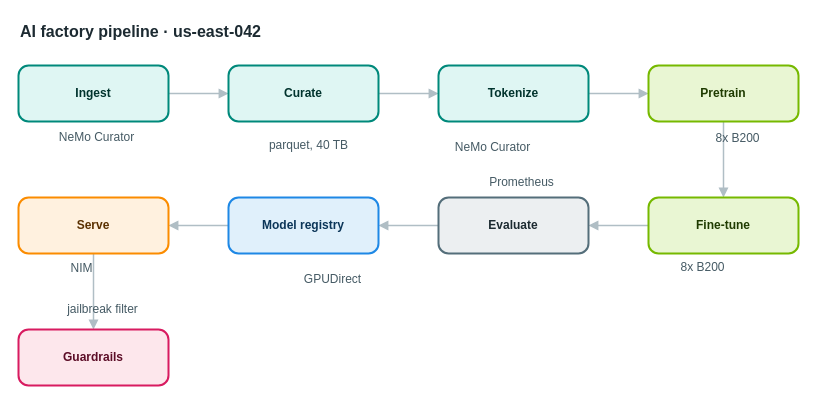
Earlier version of the draw.io diagram apps/web/public/samples/library/042-ai-factory-pipeline.drawio (AryanG01/open-apprentice). Source tidied: cells renumbered, new cells numbered last; positions are measured from the earlier drawing's top-left corner, leaving out a move shared by most shapes. Both pictures are drawn from the tidied source at 100%, with x=0, y=0 at pixel (18, 17).
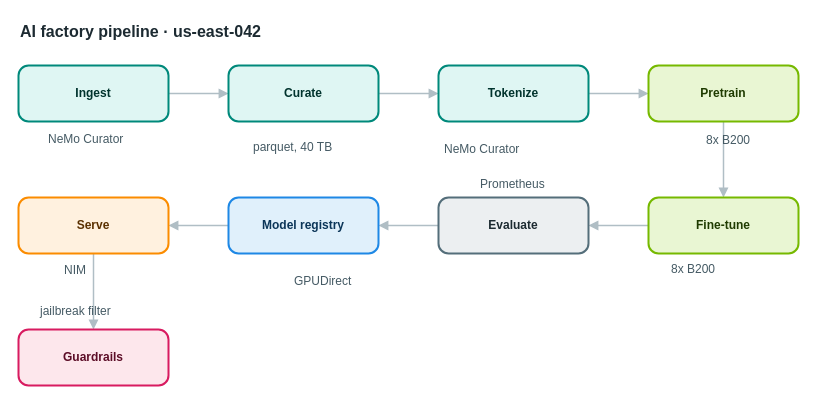
Above is the later version.

The edit, as a diff of the source:
```diff
@@
-    <mxCell id="20" value="NeMo Curator" style="text;html=1;align=center;verticalAlign=middle;whiteSpace=nowrap;strokeColor=none;fillColor=none;fontSize=12;fontColor=#455a64;" parent="1" vertex="1">
+    <mxCell id="20" value="NeMo Curator" style="text;html=1;align=left;verticalAlign=top;whiteSpace=nowrap;spacing=0;spacingTop=0;strokeColor=none;fillColor=none;fontSize=12;fontColor=#455a64;" parent="1" vertex="1">
       <mxGeometry x="30" y="110" width="96" height="20" as="geometry" />
     </mxCell>
-    <mxCell id="21" value="parquet, 40 TB" style="text;html=1;align=center;verticalAlign=middle;whiteSpace=nowrap;strokeColor=none;fillColor=none;fontSize=12;fontColor=#455a64;" parent="1" vertex="1">
+    <mxCell id="21" value="parquet, 40 TB" style="text;html=1;align=left;verticalAlign=top;whiteSpace=nowrap;spacing=0;spacingTop=0;strokeColor=none;fillColor=none;fontSize=12;fontColor=#455a64;" parent="1" vertex="1">
       <mxGeometry x="235" y="118" width="110" height="20" as="geometry" />
     </mxCell>
-    <mxCell id="22" value="NeMo Curator" style="text;html=1;align=center;verticalAlign=middle;whiteSpace=nowrap;strokeColor=none;fillColor=none;fontSize=12;fontColor=#455a64;" parent="1" vertex="1">
+    <mxCell id="22" value="NeMo Curator" style="text;html=1;align=left;verticalAlign=top;whiteSpace=nowrap;spacing=0;spacingTop=0;strokeColor=none;fillColor=none;fontSize=12;fontColor=#455a64;" parent="1" vertex="1">
       <mxGeometry x="426" y="120" width="96" height="20" as="geometry" />
     </mxCell>
-    <mxCell id="23" value="8x B200" style="text;html=1;align=center;verticalAlign=middle;whiteSpace=nowrap;strokeColor=none;fillColor=none;fontSize=12;fontColor=#455a64;" parent="1" vertex="1">
+    <mxCell id="23" value="8x B200" style="text;html=1;align=left;verticalAlign=top;whiteSpace=nowrap;spacing=0;spacingTop=0;strokeColor=none;fillColor=none;fontSize=12;fontColor=#455a64;" parent="1" vertex="1">
       <mxGeometry x="688" y="111" width="61" height="20" as="geometry" />
     </mxCell>
-    <mxCell id="24" value="8x B200" style="text;html=1;align=center;verticalAlign=middle;whiteSpace=nowrap;strokeColor=none;fillColor=none;fontSize=12;fontColor=#455a64;" parent="1" vertex="1">
+    <mxCell id="24" value="8x B200" style="text;html=1;align=left;verticalAlign=top;whiteSpace=nowrap;spacing=0;spacingTop=0;strokeColor=none;fillColor=none;fontSize=12;fontColor=#455a64;" parent="1" vertex="1">
       <mxGeometry x="653" y="240" width="61" height="20" as="geometry" />
     </mxCell>
-    <mxCell id="25" value="Prometheus" style="text;html=1;align=center;verticalAlign=middle;whiteSpace=nowrap;strokeColor=none;fillColor=none;fontSize=12;fontColor=#455a64;" parent="1" vertex="1">
+    <mxCell id="25" value="Prometheus" style="text;html=1;align=left;verticalAlign=top;whiteSpace=nowrap;spacing=0;spacingTop=0;strokeColor=none;fillColor=none;fontSize=12;fontColor=#455a64;" parent="1" vertex="1">
       <mxGeometry x="462" y="155" width="82" height="20" as="geometry" />
     </mxCell>
-    <mxCell id="26" value="GPUDirect" style="text;html=1;align=center;verticalAlign=middle;whiteSpace=nowrap;strokeColor=none;fillColor=none;fontSize=12;fontColor=#455a64;" parent="1" vertex="1">
+    <mxCell id="26" value="GPUDirect" style="text;html=1;align=left;verticalAlign=top;whiteSpace=nowrap;spacing=0;spacingTop=0;strokeColor=none;fillColor=none;fontSize=12;fontColor=#455a64;" parent="1" vertex="1">
       <mxGeometry x="276" y="252" width="75" height="20" as="geometry" />
     </mxCell>
-    <mxCell id="27" value="NIM" style="text;html=1;align=center;verticalAlign=middle;whiteSpace=nowrap;strokeColor=none;fillColor=none;fontSize=12;fontColor=#455a64;" parent="1" vertex="1">
+    <mxCell id="27" value="NIM" style="text;html=1;align=left;verticalAlign=top;whiteSpace=nowrap;spacing=0;spacingTop=0;strokeColor=none;fillColor=none;fontSize=12;fontColor=#455a64;" parent="1" vertex="1">
       <mxGeometry x="46" y="241" width="33" height="20" as="geometry" />
     </mxCell>
-    <mxCell id="28" value="jailbreak filter" style="text;html=1;align=center;verticalAlign=middle;whiteSpace=nowrap;strokeColor=none;fillColor=none;fontSize=12;fontColor=#455a64;" parent="1" vertex="1">
+    <mxCell id="28" value="jailbreak filter" style="text;html=1;align=left;verticalAlign=top;whiteSpace=nowrap;spacing=0;spacingTop=0;strokeColor=none;fillColor=none;fontSize=12;fontColor=#455a64;" parent="1" vertex="1">
       <mxGeometry x="22" y="282" width="124" height="20" as="geometry" />
     </mxCell>
```
